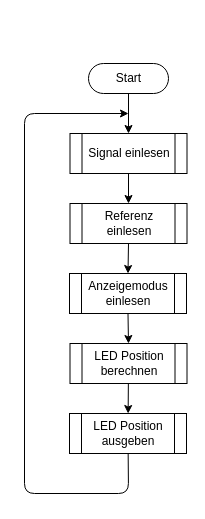
Earlier version of the draw.io diagram page "Hauptprogramm" (1 of 6) of flowchart.drawio (enovalab/LM3914-Replacement). Source tidied: cells renumbered, new cells numbered last; positions are measured from the earlier drawing's top-left corner, leaving out a move shared by most shapes. Both pictures are drawn from the tidied source at 100%, with x=0, y=0 at pixel (24, 63).
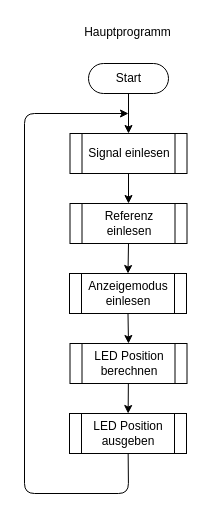
After the change.

Diff of the diagram source:
```diff
@@
 <mxGraphModel>
   <root>
     <mxCell id="0" />
     <mxCell id="1" parent="0" />
     <mxCell id="2" style="edgeStyle=none;html=1;entryX=0.5;entryY=0;entryDx=0;entryDy=0;" parent="1" edge="1" source="3" target="5">
       <mxGeometry relative="1" as="geometry" />
     </mxCell>
     <mxCell id="3" value="Start" style="html=1;dashed=0;whitespace=wrap;shape=mxgraph.dfd.start;" parent="1" vertex="1">
       <mxGeometry x="64" width="80" height="30" as="geometry" />
     </mxCell>
     <mxCell id="4" style="edgeStyle=none;html=1;entryX=0.5;entryY=0;entryDx=0;entryDy=0;" parent="1" edge="1" source="5" target="7">
       <mxGeometry relative="1" as="geometry" />
     </mxCell>
     <mxCell id="5" value="Signal einlesen" style="shape=process;whiteSpace=wrap;html=1;backgroundOutline=1;" parent="1" vertex="1">
       <mxGeometry x="45.5" y="70" width="117" height="40" as="geometry" />
     </mxCell>
     <mxCell id="6" style="edgeStyle=none;jumpStyle=arc;html=1;exitX=0.5;exitY=1;exitDx=0;exitDy=0;entryX=0.5;entryY=0;entryDx=0;entryDy=0;" parent="1" edge="1" source="7" target="13">
       <mxGeometry relative="1" as="geometry" />
     </mxCell>
     <mxCell id="7" value="Referenz einlesen" style="shape=process;whiteSpace=wrap;html=1;backgroundOutline=1;" parent="1" vertex="1">
       <mxGeometry x="45.5" y="140" width="117" height="40" as="geometry" />
     </mxCell>
     <mxCell id="8" style="edgeStyle=none;html=1;" parent="1" edge="1" source="9" target="11">
       <mxGeometry relative="1" as="geometry" />
     </mxCell>
     <mxCell id="9" value="LED Position berechnen" style="shape=process;whiteSpace=wrap;html=1;backgroundOutline=1;" parent="1" vertex="1">
       <mxGeometry x="45.5" y="280" width="117" height="40" as="geometry" />
     </mxCell>
     <mxCell id="10" style="edgeStyle=none;html=1;jumpStyle=arc;" parent="1" edge="1" source="11">
       <mxGeometry relative="1" as="geometry">
         <mxPoint x="104" y="50" as="targetPoint" />
         <Array as="points">
           <mxPoint x="104" y="430" />
           <mxPoint y="430" />
           <mxPoint y="50" />
         </Array>
       </mxGeometry>
     </mxCell>
     <mxCell id="11" value="LED Position ausgeben" style="shape=process;whiteSpace=wrap;html=1;backgroundOutline=1;" parent="1" vertex="1">
       <mxGeometry x="45" y="350" width="117" height="40" as="geometry" />
     </mxCell>
     <mxCell id="12" style="edgeStyle=none;jumpStyle=arc;html=1;exitX=0.5;exitY=1;exitDx=0;exitDy=0;entryX=0.5;entryY=0;entryDx=0;entryDy=0;" parent="1" edge="1" source="13" target="9">
       <mxGeometry relative="1" as="geometry" />
     </mxCell>
     <mxCell id="13" value="Anzeigemodus&lt;br&gt;einlesen" style="shape=process;whiteSpace=wrap;html=1;backgroundOutline=1;" parent="1" vertex="1">
       <mxGeometry x="45" y="210" width="117" height="40" as="geometry" />
     </mxCell>
+    <mxCell id="14" value="Hauptprogramm" style="text;html=1;strokeColor=none;fillColor=none;align=center;verticalAlign=middle;whiteSpace=wrap;rounded=0;" parent="1" vertex="1">
+      <mxGeometry x="48.2" y="-46" width="110.5" height="30" as="geometry" />
+    </mxCell>
   </root>
 </mxGraphModel>
```
